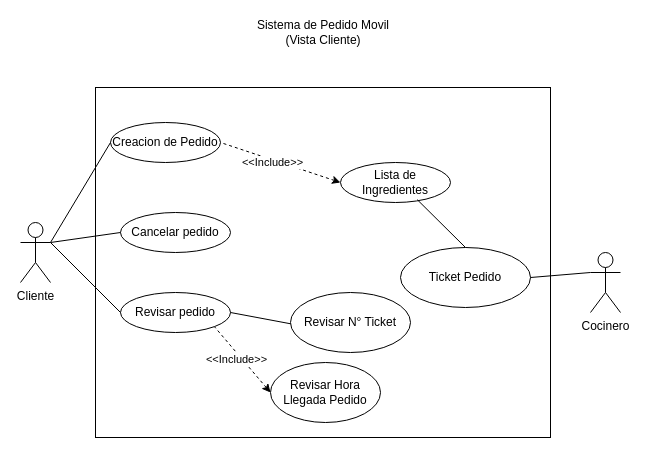
jorgeortizcastillo2020-hue/MSI_JJ_PARADIGMA4-1_IEC_N2_C1 keeps this draw.io diagram as Diagramas_Caso_de_Uso/Diagrama de Caso de Uso (Cliente).drawio. Above is the earlier version. Source tidied: cells renumbered, new cells numbered last; positions are measured from the earlier drawing's top-left corner, leaving out a move shared by most shapes. Both pictures are drawn from the tidied source at 100%, with x=0, y=0 at pixel (20, 17).
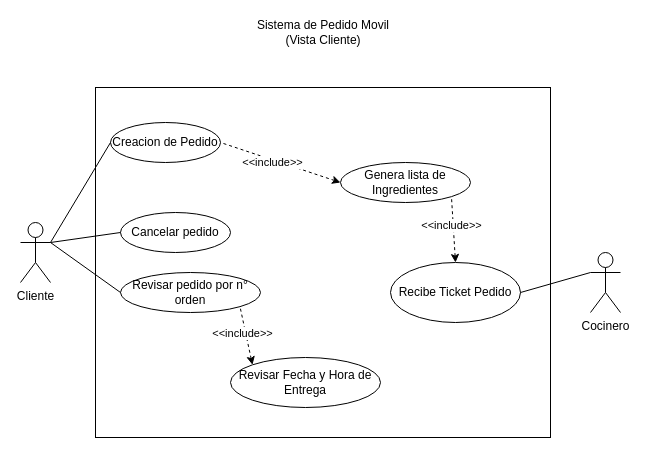
Above is the later version.

Unchanged cells that the change refers to:
```xml
<mxCell id="12" style="endArrow=none;dashed=1;html=1;rounded=0;defaultLabelBackgroundColor=page;entryX=1;entryY=0.5;entryDx=0;entryDy=0;exitX=0;exitY=0.5;exitDx=0;exitDy=0;endFill=0;startArrow=classic;startFill=1;" parent="1" edge="1" source="7" target="4">
  <mxGeometry relative="1" as="geometry" />
</mxCell>
```

Diff of the diagram source:
```diff
@@
-    <mxCell id="5" value="Revisar pedido" style="ellipse;whiteSpace=wrap;html=1;shapeInside=1;" parent="1" vertex="1">
-      <mxGeometry x="100" y="275" width="110" height="40" as="geometry" />
+    <mxCell id="5" value="Revisar pedido por n° orden" style="ellipse;whiteSpace=wrap;html=1;shapeInside=1;" parent="1" vertex="1">
+      <mxGeometry x="100" y="255" width="140" height="40" as="geometry" />
     </mxCell>
@@
-    <mxCell id="7" value="Lista de Ingredientes" style="ellipse;whiteSpace=wrap;html=1;shapeInside=1;" parent="1" vertex="1">
-      <mxGeometry x="320" y="145" width="110" height="40" as="geometry" />
+    <mxCell id="7" value="Genera lista de Ingredientes" style="ellipse;whiteSpace=wrap;html=1;shapeInside=1;" parent="1" vertex="1">
+      <mxGeometry x="320" y="145" width="130" height="40" as="geometry" />
     </mxCell>
-    <mxCell id="8" value="Revisar Hora Llegada Pedido" style="ellipse;whiteSpace=wrap;html=1;shapeInside=1;" parent="1" vertex="1">
-      <mxGeometry x="250" y="345" width="110" height="60" as="geometry" />
+    <mxCell id="8" value="Revisar Fecha y Hora de Entrega" style="ellipse;whiteSpace=wrap;html=1;shapeInside=1;" parent="1" vertex="1">
+      <mxGeometry x="210" y="340" width="150" height="50" as="geometry" />
     </mxCell>
@@
-    <mxCell id="13" value="&amp;lt;&amp;lt;Include&amp;gt;&amp;gt;" style="edgeLabel;html=1;align=center;verticalAlign=middle;inheritText=1;defaultLabelBackgroundColor=page;" parent="12" vertex="1">
+    <mxCell id="13" value="&amp;lt;&amp;lt;include&amp;gt;&amp;gt;" style="edgeLabel;html=1;align=center;verticalAlign=middle;inheritText=1;defaultLabelBackgroundColor=page;" parent="12" vertex="1">
       <mxGeometry x="0.14" y="2" relative="1" as="geometry" />
     </mxCell>
-    <mxCell id="14" style="endArrow=none;dashed=1;html=1;strokeWidth=1;rounded=0;defaultLabelBackgroundColor=page;entryX=1;entryY=1;entryDx=0;entryDy=0;exitX=0;exitY=0.5;exitDx=0;exitDy=0;startArrow=classic;startFill=1;" parent="1" edge="1" source="8" target="5">
+    <mxCell id="14" style="endArrow=none;dashed=1;html=1;strokeWidth=1;rounded=0;defaultLabelBackgroundColor=page;entryX=1;entryY=1;entryDx=0;entryDy=0;exitX=0;exitY=0;exitDx=0;exitDy=0;startArrow=classic;startFill=1;" parent="1" edge="1" source="8" target="5">
       <mxGeometry relative="1" as="geometry" />
     </mxCell>
-    <mxCell id="15" value="&amp;lt;&amp;lt;Include&amp;gt;&amp;gt;" style="edgeLabel;html=1;align=center;verticalAlign=middle;inheritText=1;defaultLabelBackgroundColor=page;" parent="14" vertex="1">
+    <mxCell id="15" value="&amp;lt;&amp;lt;include&amp;gt;&amp;gt;" style="edgeLabel;html=1;align=center;verticalAlign=middle;inheritText=1;defaultLabelBackgroundColor=page;" parent="14" vertex="1">
       <mxGeometry x="0.1" y="4" relative="1" as="geometry" />
     </mxCell>
-    <mxCell id="16" value="Ticket Pedido" style="ellipse;whiteSpace=wrap;html=1;shapeInside=1;" parent="1" vertex="1">
-      <mxGeometry x="380" y="230" width="130" height="60" as="geometry" />
+    <mxCell id="16" value="Recibe Ticket Pedido" style="ellipse;whiteSpace=wrap;html=1;shapeInside=1;" parent="1" vertex="1">
+      <mxGeometry x="370" y="245" width="130" height="60" as="geometry" />
     </mxCell>
@@
+    <mxCell id="22" value="Sistema de Pedido Movil&lt;div&gt;(Vista Cliente)&lt;/div&gt;" style="text;html=1;whiteSpace=wrap;strokeColor=none;fillColor=none;align=center;verticalAlign=middle;rounded=0;" parent="1" vertex="1">
+      <mxGeometry x="197.5" width="210" height="30" as="geometry" />
+    </mxCell>
-    <mxCell id="19" style="endArrow=none;html=1;rounded=0;defaultLabelBackgroundColor=page;entryX=0.698;entryY=0.93;entryDx=0;entryDy=0;entryPerimeter=0;exitX=0.5;exitY=0;exitDx=0;exitDy=0;" parent="1" edge="1" source="16" target="7">
+    <mxCell id="19" style="endArrow=none;dashed=1;html=1;rounded=0;defaultLabelBackgroundColor=page;entryX=1;entryY=1;entryDx=0;entryDy=0;exitX=0.5;exitY=0;exitDx=0;exitDy=0;endFill=0;startArrow=classic;startFill=1;" parent="1" edge="1" source="16" target="7">
       <mxGeometry relative="1" as="geometry" />
     </mxCell>
-    <mxCell id="20" style="endArrow=none;html=1;rounded=0;defaultLabelBackgroundColor=page;entryX=1;entryY=0.5;entryDx=0;entryDy=0;" parent="1" edge="1" target="5">
-      <mxGeometry relative="1" as="geometry">
-        <mxPoint x="290" y="310" as="sourcePoint" />
-      </mxGeometry>
-    </mxCell>
-    <mxCell id="21" value="Revisar N° Ticket" style="ellipse;whiteSpace=wrap;html=1;shapeInside=1;" parent="1" vertex="1">
-      <mxGeometry x="270" y="275" width="120" height="60" as="geometry" />
-    </mxCell>
-    <mxCell id="22" value="Sistema de Pedido Movil&lt;div&gt;(Vista Cliente)&lt;/div&gt;" style="text;html=1;whiteSpace=wrap;strokeColor=none;fillColor=none;align=center;verticalAlign=middle;rounded=0;" parent="1" vertex="1">
-      <mxGeometry x="197.5" width="210" height="30" as="geometry" />
-    </mxCell>
+    <mxCell id="23" value="&amp;lt;&amp;lt;include&amp;gt;&amp;gt;" style="edgeLabel;html=1;align=center;verticalAlign=middle;inheritText=1;defaultLabelBackgroundColor=page;" parent="19" vertex="1">
+      <mxGeometry x="0.14" y="2" relative="1" as="geometry" />
+    </mxCell>
```
